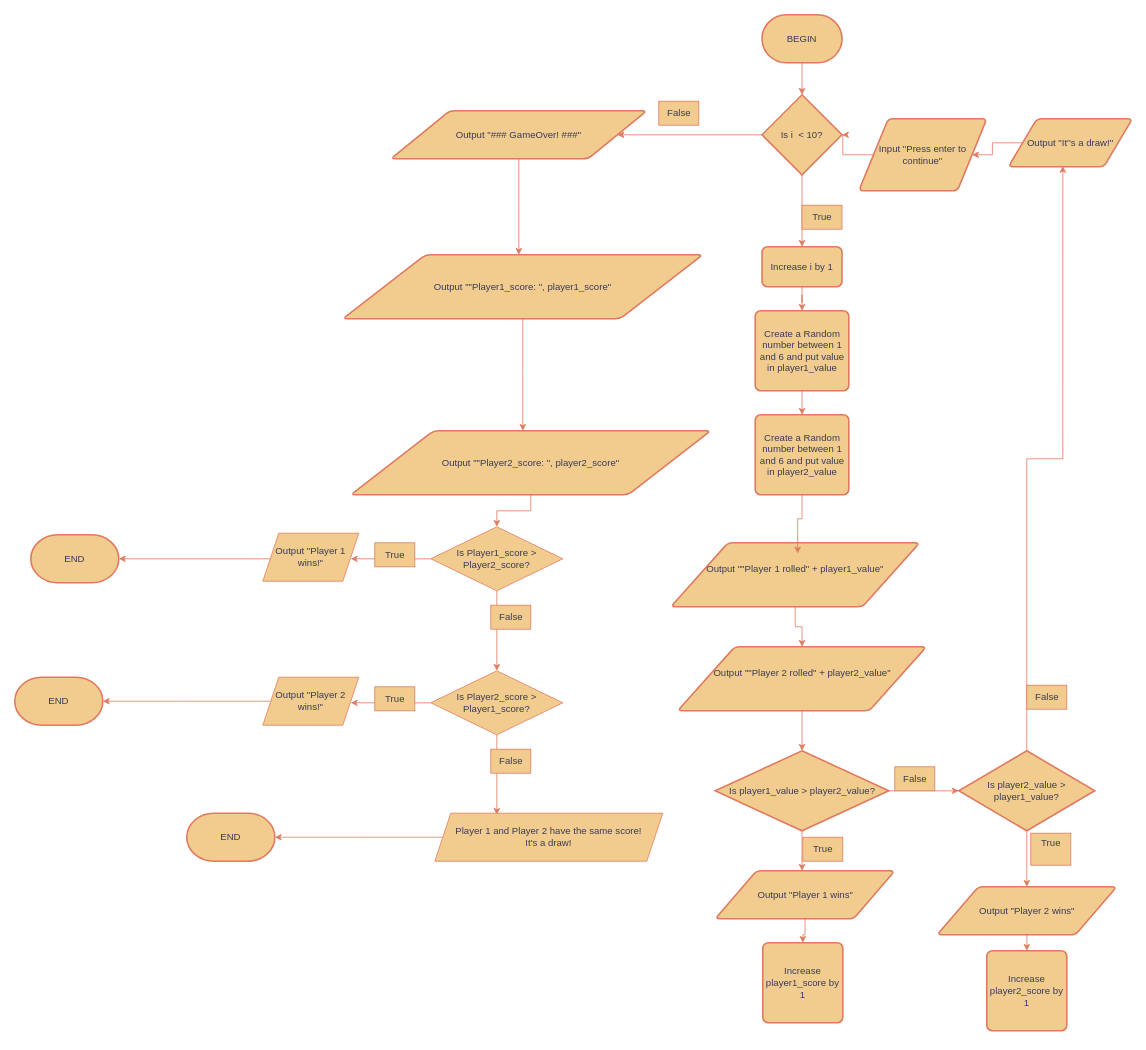
CGRoffcialcode/PythonDiceGameFlowChart keeps this draw.io diagram as FlowChart.drawio. Above is the earlier version. Source tidied: cells renumbered, new cells numbered last; positions are measured from the earlier drawing's top-left corner, leaving out a move shared by most shapes. Both pictures are drawn from the tidied source at 80%, with x=0, y=0 at pixel (14, 14).
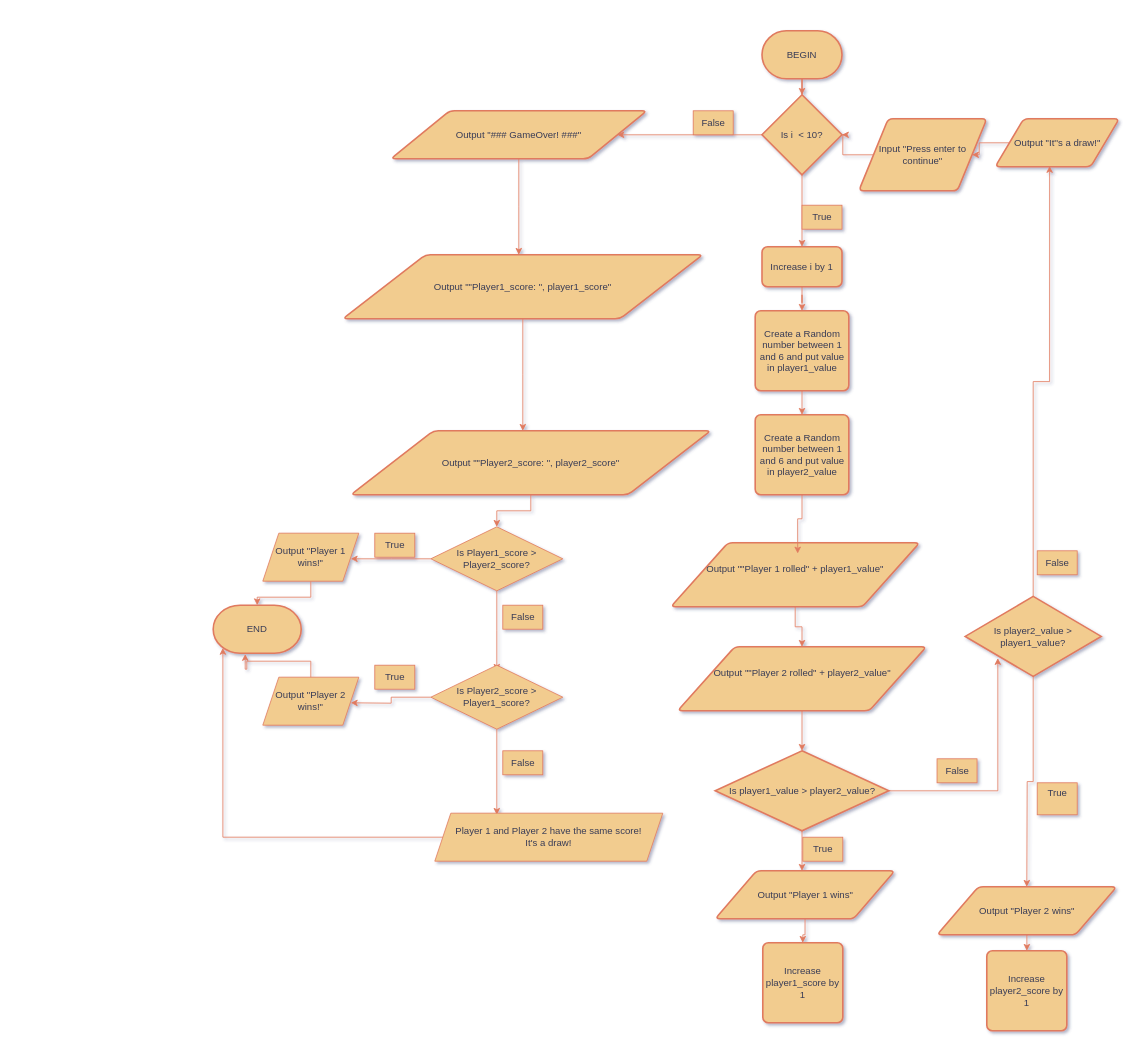
Above is the later version.

The change refers to these unchanged cells:
```xml
<mxCell id="17" value="Is player1_value &amp;gt; player2_value?" style="strokeWidth=2;html=1;shape=mxgraph.flowchart.decision;whiteSpace=wrap;fillColor=#F2CC8F;strokeColor=#E07A5F;labelBackgroundColor=none;fontColor=#393C56;" parent="1" vertex="1">
  <mxGeometry x="875.5" y="920" width="217" height="100" as="geometry" />
</mxCell>
<mxCell id="38" value="Input &quot;Press enter to continue&quot;" style="shape=parallelogram;html=1;strokeWidth=2;perimeter=parallelogramPerimeter;whiteSpace=wrap;rounded=1;arcSize=12;size=0.23;fillColor=#F2CC8F;strokeColor=#E07A5F;labelBackgroundColor=none;fontColor=#393C56;" parent="1" vertex="1">
  <mxGeometry x="1055" y="130" width="160" height="90" as="geometry" />
</mxCell>
<mxCell id="51" value="Output &quot;Player 1 wins!&quot;" style="shape=parallelogram;perimeter=parallelogramPerimeter;whiteSpace=wrap;html=1;fixedSize=1;fillColor=#F2CC8F;strokeColor=#E07A5F;labelBackgroundColor=none;fontColor=#393C56;" parent="1" vertex="1">
  <mxGeometry x="310" y="648" width="120" height="60" as="geometry" />
</mxCell>
<mxCell id="59" value="Output &quot;Player 2 wins!&quot;" style="shape=parallelogram;perimeter=parallelogramPerimeter;whiteSpace=wrap;html=1;fixedSize=1;fillColor=#F2CC8F;strokeColor=#E07A5F;labelBackgroundColor=none;fontColor=#393C56;" parent="1" vertex="1">
  <mxGeometry x="310" y="828" width="120" height="60" as="geometry" />
</mxCell>
<mxCell id="62" value="Player 1 and Player 2 have the same score!&lt;div&gt;It's a draw!&lt;/div&gt;" style="shape=parallelogram;perimeter=parallelogramPerimeter;whiteSpace=wrap;html=1;fixedSize=1;fillColor=#F2CC8F;strokeColor=#E07A5F;labelBackgroundColor=none;fontColor=#393C56;" parent="1" vertex="1">
  <mxGeometry x="525" y="998" width="285" height="60" as="geometry" />
</mxCell>
```

Diff of the diagram source:
```diff
@@
-<mxGraphModel>
+<mxGraphModel shadow="1">
@@
     <mxCell id="3" value="BEGIN" style="strokeWidth=2;html=1;shape=mxgraph.flowchart.terminator;whiteSpace=wrap;fillColor=#F2CC8F;strokeColor=#E07A5F;labelBackgroundColor=none;fontColor=#393C56;" parent="1" vertex="1">
-      <mxGeometry x="934" width="100" height="60" as="geometry" />
+      <mxGeometry x="934" y="20" width="100" height="60" as="geometry" />
     </mxCell>
@@
-    <mxCell id="16" style="edgeStyle=orthogonalEdgeStyle;rounded=0;jettySize=auto;html=1;fillColor=#F2CC8F;strokeColor=#E07A5F;labelBackgroundColor=none;fontColor=default;" parent="1" edge="1" source="17">
-      <mxGeometry relative="1" as="geometry">
-        <mxPoint x="1180" y="970" as="targetPoint" />
-      </mxGeometry>
-    </mxCell>
@@
     <mxCell id="22" value="False" style="text;html=1;align=center;verticalAlign=middle;strokeColor=#E07A5F;fillColor=#F2CC8F;labelBackgroundColor=none;fontColor=#393C56;" parent="1" vertex="1">
-      <mxGeometry x="1100" y="940" width="50" height="30" as="geometry" />
+      <mxGeometry x="1152.8" y="930" width="50" height="30" as="geometry" />
     </mxCell>
@@
     <mxCell id="25" value="Is player2_value &amp;gt; player1_value?" style="strokeWidth=2;html=1;shape=mxgraph.flowchart.decision;whiteSpace=wrap;fillColor=#F2CC8F;strokeColor=#E07A5F;labelBackgroundColor=none;fontColor=#393C56;" parent="1" vertex="1">
-      <mxGeometry x="1180" y="920" width="170" height="100" as="geometry" />
+      <mxGeometry x="1188" y="727" width="170" height="100" as="geometry" />
     </mxCell>
     <mxCell id="26" value="True&lt;div&gt;&lt;br&gt;&lt;/div&gt;" style="text;html=1;align=center;verticalAlign=middle;strokeColor=#E07A5F;fillColor=#F2CC8F;labelBackgroundColor=none;fontColor=#393C56;" parent="1" vertex="1">
-      <mxGeometry x="1270" y="1023" width="50" height="40" as="geometry" />
+      <mxGeometry x="1278" y="960" width="50" height="40" as="geometry" />
     </mxCell>
@@
     <mxCell id="30" value="False" style="text;html=1;align=center;verticalAlign=middle;strokeColor=#E07A5F;fillColor=#F2CC8F;labelBackgroundColor=none;fontColor=#393C56;" parent="1" vertex="1">
-      <mxGeometry x="1265" y="838" width="50" height="30" as="geometry" />
+      <mxGeometry x="1278" y="670" width="50" height="30" as="geometry" />
     </mxCell>
-    <mxCell id="31" style="edgeStyle=orthogonalEdgeStyle;rounded=0;jettySize=auto;html=1;fillColor=#F2CC8F;strokeColor=#E07A5F;labelBackgroundColor=none;fontColor=default;" parent="1" edge="1" source="32" target="38">
+    <mxCell id="31" style="edgeStyle=orthogonalEdgeStyle;rounded=0;jettySize=auto;html=1;entryX=1;entryY=0.5;entryDx=0;entryDy=0;strokeColor=#E07A5F;fontColor=#393C56;fillColor=#F2CC8F;" parent="1" edge="1" source="32" target="38">
       <mxGeometry relative="1" as="geometry" />
     </mxCell>
     <mxCell id="32" value="Output &quot;It''s a draw!&quot;" style="shape=parallelogram;html=1;strokeWidth=2;perimeter=parallelogramPerimeter;whiteSpace=wrap;rounded=1;arcSize=12;size=0.23;fillColor=#F2CC8F;strokeColor=#E07A5F;labelBackgroundColor=none;fontColor=#393C56;" parent="1" vertex="1">
-      <mxGeometry x="1242" y="130" width="155" height="60" as="geometry" />
+      <mxGeometry x="1225.5" y="130" width="155" height="60" as="geometry" />
     </mxCell>
@@
     <mxCell id="36" value="False" style="text;html=1;align=center;verticalAlign=middle;strokeColor=#E07A5F;fillColor=#F2CC8F;labelBackgroundColor=none;fontColor=#393C56;" parent="1" vertex="1">
-      <mxGeometry x="805" y="108" width="50" height="30" as="geometry" />
+      <mxGeometry x="848" y="120" width="50" height="30" as="geometry" />
     </mxCell>
@@
     <mxCell id="48" value="True" style="text;html=1;align=center;verticalAlign=middle;strokeColor=#E07A5F;fillColor=#F2CC8F;labelBackgroundColor=none;fontColor=#393C56;" parent="1" vertex="1">
-      <mxGeometry x="450" y="660" width="50" height="30" as="geometry" />
+      <mxGeometry x="450" y="648" width="50" height="30" as="geometry" />
     </mxCell>
     <mxCell id="49" value="False" style="text;html=1;align=center;verticalAlign=middle;strokeColor=#E07A5F;fillColor=#F2CC8F;labelBackgroundColor=none;fontColor=#393C56;" parent="1" vertex="1">
-      <mxGeometry x="595" y="738" width="50" height="30" as="geometry" />
+      <mxGeometry x="610" y="738" width="50" height="30" as="geometry" />
     </mxCell>
-    <mxCell id="50" style="edgeStyle=orthogonalEdgeStyle;rounded=0;orthogonalLoop=1;jettySize=auto;html=1;fillColor=#F2CC8F;strokeColor=#E07A5F;labelBackgroundColor=none;fontColor=default;" parent="1" edge="1">
-      <mxGeometry relative="1" as="geometry">
-        <mxPoint x="340" y="680" as="sourcePoint" />
-        <mxPoint x="130" y="680" as="targetPoint" />
-      </mxGeometry>
-    </mxCell>
+    <mxCell id="64" style="edgeStyle=orthogonalEdgeStyle;rounded=0;jettySize=auto;html=1;strokeColor=#E07A5F;fontColor=#393C56;fillColor=#F2CC8F;" parent="1" edge="1" source="51" target="60">
+      <mxGeometry relative="1" as="geometry" />
+    </mxCell>
@@
-    <mxCell id="52" value="END" style="strokeWidth=2;html=1;shape=mxgraph.flowchart.terminator;whiteSpace=wrap;fillColor=#F2CC8F;strokeColor=#E07A5F;labelBackgroundColor=none;fontColor=#393C56;" parent="1" vertex="1">
-      <mxGeometry x="20" y="650" width="110" height="60" as="geometry" />
-    </mxCell>
@@
     <mxCell id="55" value="Is Player2_score &amp;gt;&lt;div&gt;Player1_score?&lt;/div&gt;" style="rhombus;whiteSpace=wrap;html=1;fillColor=#F2CC8F;strokeColor=#E07A5F;labelBackgroundColor=none;fontColor=#393C56;" parent="1" vertex="1">
-      <mxGeometry x="520" y="820" width="165" height="80" as="geometry" />
+      <mxGeometry x="520" y="813" width="165" height="80" as="geometry" />
     </mxCell>
     <mxCell id="56" value="True" style="text;html=1;align=center;verticalAlign=middle;strokeColor=#E07A5F;fillColor=#F2CC8F;labelBackgroundColor=none;fontColor=#393C56;" parent="1" vertex="1">
-      <mxGeometry x="450" y="840" width="50" height="30" as="geometry" />
+      <mxGeometry x="450" y="813" width="50" height="30" as="geometry" />
     </mxCell>
     <mxCell id="57" value="False" style="text;html=1;align=center;verticalAlign=middle;strokeColor=#E07A5F;fillColor=#F2CC8F;labelBackgroundColor=none;fontColor=#393C56;" parent="1" vertex="1">
-      <mxGeometry x="595" y="918" width="50" height="30" as="geometry" />
+      <mxGeometry x="610" y="920" width="50" height="30" as="geometry" />
     </mxCell>
-    <mxCell id="58" style="edgeStyle=orthogonalEdgeStyle;rounded=0;jettySize=auto;html=1;fillColor=#F2CC8F;strokeColor=#E07A5F;labelBackgroundColor=none;fontColor=default;" parent="1" edge="1" source="59">
-      <mxGeometry relative="1" as="geometry">
-        <mxPoint x="110" y="858" as="targetPoint" />
-      </mxGeometry>
-    </mxCell>
@@
     <mxCell id="60" value="END" style="strokeWidth=2;html=1;shape=mxgraph.flowchart.terminator;whiteSpace=wrap;fillColor=#F2CC8F;strokeColor=#E07A5F;labelBackgroundColor=none;fontColor=#393C56;" parent="1" vertex="1">
-      <mxGeometry y="828" width="110" height="60" as="geometry" />
+      <mxGeometry x="248" y="738" width="110" height="60" as="geometry" />
     </mxCell>
-    <mxCell id="61" style="edgeStyle=orthogonalEdgeStyle;rounded=0;jettySize=auto;html=1;fillColor=#F2CC8F;strokeColor=#E07A5F;labelBackgroundColor=none;fontColor=default;" parent="1" edge="1" source="62">
-      <mxGeometry relative="1" as="geometry">
-        <mxPoint x="325" y="1028" as="targetPoint" />
-      </mxGeometry>
-    </mxCell>
@@
-    <mxCell id="63" value="END" style="strokeWidth=2;html=1;shape=mxgraph.flowchart.terminator;whiteSpace=wrap;fillColor=#F2CC8F;strokeColor=#E07A5F;labelBackgroundColor=none;fontColor=#393C56;" parent="1" vertex="1">
-      <mxGeometry x="215" y="998" width="110" height="60" as="geometry" />
-    </mxCell>
+    <mxCell id="65" style="edgeStyle=orthogonalEdgeStyle;rounded=0;jettySize=auto;html=1;entryX=0.364;entryY=1.017;entryDx=0;entryDy=0;entryPerimeter=0;strokeColor=#E07A5F;fontColor=#393C56;fillColor=#F2CC8F;" parent="1" edge="1" source="59" target="60">
+      <mxGeometry relative="1" as="geometry" />
+    </mxCell>
+    <mxCell id="66" style="edgeStyle=orthogonalEdgeStyle;rounded=0;jettySize=auto;html=1;entryX=0.11;entryY=0.89;entryDx=0;entryDy=0;entryPerimeter=0;strokeColor=#E07A5F;fontColor=#393C56;fillColor=#F2CC8F;" parent="1" edge="1" source="62" target="60">
+      <mxGeometry relative="1" as="geometry" />
+    </mxCell>
+    <mxCell id="67" style="edgeStyle=orthogonalEdgeStyle;rounded=0;jettySize=auto;html=1;entryX=0.24;entryY=0.771;entryDx=0;entryDy=0;entryPerimeter=0;strokeColor=#E07A5F;fontColor=#393C56;fillColor=#F2CC8F;" parent="1" edge="1" source="17" target="25">
+      <mxGeometry relative="1" as="geometry" />
+    </mxCell>
```
